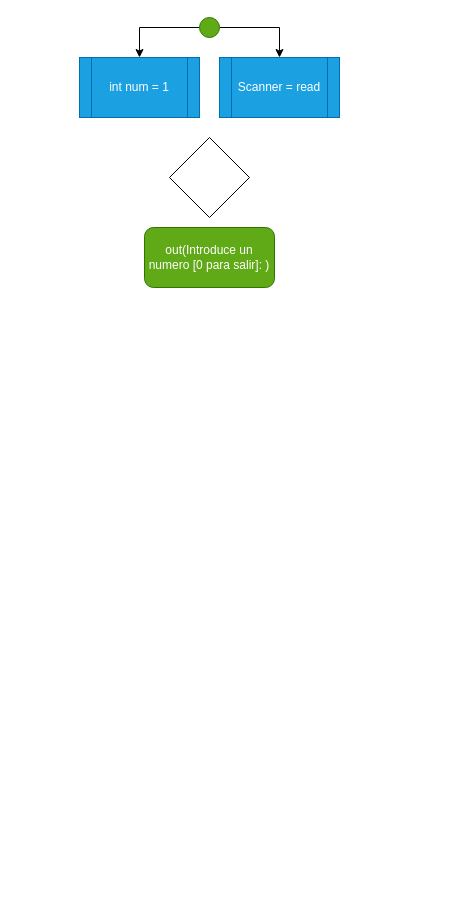
Earlier version of the draw.io diagram page "Ejercicio 4" (4 of 4) of diagramas/Diagramas.drawio (antonionavarro04/Tema3While). Source tidied: cells renumbered, new cells numbered last; positions are measured from the earlier drawing's top-left corner, leaving out a move shared by most shapes. Both pictures are drawn from the tidied source at 100%, with x=0, y=0 at pixel (79, 17).
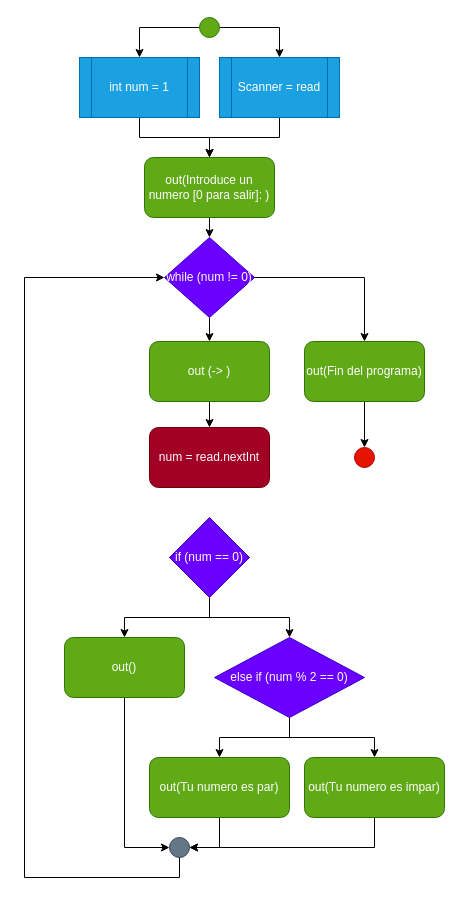
After the change.

The change refers to these unchanged cells:
```xml
<mxCell id="2" value="Scanner = read" style="shape=process;whiteSpace=wrap;html=1;backgroundOutline=1;fillColor=#1ba1e2;fontColor=#ffffff;strokeColor=#006EAF;" parent="1" vertex="1">
  <mxGeometry x="140" y="40" width="120" height="60" as="geometry" />
</mxCell>
<mxCell id="6" value="int num = 1" style="shape=process;whiteSpace=wrap;html=1;backgroundOutline=1;fillColor=#1ba1e2;fontColor=#ffffff;strokeColor=#006EAF;" parent="1" vertex="1">
  <mxGeometry y="40" width="120" height="60" as="geometry" />
</mxCell>
```

Diff of the diagram source:
```diff
@@
+    <mxCell id="9" style="edgeStyle=orthogonalEdgeStyle;rounded=0;jettySize=auto;html=1;exitX=0.5;exitY=1;exitDx=0;exitDy=0;entryX=0.5;entryY=0;entryDx=0;entryDy=0;" parent="1" edge="1" source="2" target="7">
+      <mxGeometry relative="1" as="geometry" />
+    </mxCell>
@@
+    <mxCell id="10" style="edgeStyle=orthogonalEdgeStyle;rounded=0;jettySize=auto;html=1;exitX=0.5;exitY=1;exitDx=0;exitDy=0;entryX=0.5;entryY=0;entryDx=0;entryDy=0;" parent="1" edge="1" source="6" target="7">
+      <mxGeometry relative="1" as="geometry" />
+    </mxCell>
@@
+    <mxCell id="11" style="edgeStyle=orthogonalEdgeStyle;rounded=0;jettySize=auto;html=1;exitX=0.5;exitY=1;exitDx=0;exitDy=0;entryX=0.5;entryY=0;entryDx=0;entryDy=0;" parent="1" edge="1" source="7" target="8">
+      <mxGeometry relative="1" as="geometry" />
+    </mxCell>
     <mxCell id="7" value="out(Introduce un numero [0 para salir]: )" style="rounded=1;whiteSpace=wrap;html=1;fillColor=#60a917;fontColor=#ffffff;strokeColor=#2D7600;" parent="1" vertex="1">
-      <mxGeometry x="65" y="210" width="130" height="60" as="geometry" />
+      <mxGeometry x="65" y="140" width="130" height="60" as="geometry" />
     </mxCell>
+    <mxCell id="12" style="edgeStyle=orthogonalEdgeStyle;rounded=0;jettySize=auto;html=1;exitX=0.5;exitY=1;exitDx=0;exitDy=0;entryX=0.5;entryY=0;entryDx=0;entryDy=0;" parent="1" edge="1" source="8" target="15">
+      <mxGeometry relative="1" as="geometry" />
+    </mxCell>
+    <mxCell id="13" style="edgeStyle=orthogonalEdgeStyle;rounded=0;jettySize=auto;html=1;exitX=1;exitY=0.5;exitDx=0;exitDy=0;entryX=0.5;entryY=0;entryDx=0;entryDy=0;" parent="1" edge="1" source="8" target="32">
+      <mxGeometry relative="1" as="geometry" />
+    </mxCell>
-    <mxCell id="8" style="rhombus;whiteSpace=wrap;html=1;" parent="1" vertex="1">
-      <mxGeometry x="90" y="120" width="80" height="80" as="geometry" />
+    <mxCell id="8" value="while (num != 0)" style="rhombus;whiteSpace=wrap;html=1;fillColor=#6a00ff;fontColor=#ffffff;strokeColor=#3700CC;" parent="1" vertex="1">
+      <mxGeometry x="85" y="220" width="90" height="80" as="geometry" />
     </mxCell>
+    <mxCell id="14" style="edgeStyle=orthogonalEdgeStyle;rounded=0;jettySize=auto;html=1;exitX=0.5;exitY=1;exitDx=0;exitDy=0;entryX=0.5;entryY=0;entryDx=0;entryDy=0;" parent="1" edge="1" source="15" target="16">
+      <mxGeometry relative="1" as="geometry" />
+    </mxCell>
+    <mxCell id="15" value="out (-&amp;gt; )" style="rounded=1;whiteSpace=wrap;html=1;fillColor=#60a917;fontColor=#ffffff;strokeColor=#2D7600;" parent="1" vertex="1">
+      <mxGeometry x="70" y="324" width="120" height="60" as="geometry" />
+    </mxCell>
+    <mxCell id="16" value="num = read.nextInt" style="rounded=1;whiteSpace=wrap;html=1;fillColor=#a20025;fontColor=#ffffff;strokeColor=#6F0000;" parent="1" vertex="1">
+      <mxGeometry x="70" y="410" width="120" height="60" as="geometry" />
+    </mxCell>
+    <mxCell id="17" style="edgeStyle=orthogonalEdgeStyle;rounded=0;jettySize=auto;html=1;exitX=0.5;exitY=1;exitDx=0;exitDy=0;entryX=0.5;entryY=0;entryDx=0;entryDy=0;" parent="1" edge="1" source="19" target="21">
+      <mxGeometry relative="1" as="geometry" />
+    </mxCell>
+    <mxCell id="18" style="edgeStyle=orthogonalEdgeStyle;rounded=0;jettySize=auto;html=1;exitX=0.5;exitY=1;exitDx=0;exitDy=0;entryX=0.5;entryY=0;entryDx=0;entryDy=0;" parent="1" edge="1" source="19" target="24">
+      <mxGeometry relative="1" as="geometry" />
+    </mxCell>
+    <mxCell id="19" value="if (num == 0)" style="rhombus;whiteSpace=wrap;html=1;fillColor=#6a00ff;fontColor=#ffffff;strokeColor=#3700CC;" parent="1" vertex="1">
+      <mxGeometry x="90" y="500" width="80" height="80" as="geometry" />
+    </mxCell>
+    <mxCell id="20" style="edgeStyle=orthogonalEdgeStyle;rounded=0;jettySize=auto;html=1;exitX=0.5;exitY=1;exitDx=0;exitDy=0;entryX=0;entryY=0.5;entryDx=0;entryDy=0;" parent="1" edge="1" source="21" target="30">
+      <mxGeometry relative="1" as="geometry" />
+    </mxCell>
+    <mxCell id="21" value="out()" style="rounded=1;whiteSpace=wrap;html=1;fillColor=#60a917;fontColor=#ffffff;strokeColor=#2D7600;" parent="1" vertex="1">
+      <mxGeometry x="-15" y="620" width="120" height="60" as="geometry" />
+    </mxCell>
+    <mxCell id="22" style="edgeStyle=orthogonalEdgeStyle;rounded=0;jettySize=auto;html=1;exitX=0.5;exitY=1;exitDx=0;exitDy=0;entryX=0.5;entryY=0;entryDx=0;entryDy=0;" parent="1" edge="1" source="24" target="26">
+      <mxGeometry relative="1" as="geometry" />
+    </mxCell>
+    <mxCell id="23" style="edgeStyle=orthogonalEdgeStyle;rounded=0;jettySize=auto;html=1;exitX=0.5;exitY=1;exitDx=0;exitDy=0;entryX=0.5;entryY=0;entryDx=0;entryDy=0;" parent="1" edge="1" source="24" target="28">
+      <mxGeometry relative="1" as="geometry" />
+    </mxCell>
+    <mxCell id="24" value="else if (num % 2 == 0)" style="rhombus;whiteSpace=wrap;html=1;fillColor=#6a00ff;fontColor=#ffffff;strokeColor=#3700CC;" parent="1" vertex="1">
+      <mxGeometry x="135" y="620" width="150" height="80" as="geometry" />
+    </mxCell>
+    <mxCell id="25" style="edgeStyle=orthogonalEdgeStyle;rounded=0;jettySize=auto;html=1;exitX=0.5;exitY=1;exitDx=0;exitDy=0;entryX=1;entryY=0.5;entryDx=0;entryDy=0;" parent="1" edge="1" source="26" target="30">
+      <mxGeometry relative="1" as="geometry" />
+    </mxCell>
+    <mxCell id="26" value="out(Tu numero es par)" style="rounded=1;whiteSpace=wrap;html=1;fillColor=#60a917;fontColor=#ffffff;strokeColor=#2D7600;" parent="1" vertex="1">
+      <mxGeometry x="70" y="740" width="140" height="60" as="geometry" />
+    </mxCell>
+    <mxCell id="27" style="edgeStyle=orthogonalEdgeStyle;rounded=0;jettySize=auto;html=1;exitX=0.5;exitY=1;exitDx=0;exitDy=0;entryX=1;entryY=0.5;entryDx=0;entryDy=0;" parent="1" edge="1" source="28" target="30">
+      <mxGeometry relative="1" as="geometry" />
+    </mxCell>
+    <mxCell id="28" value="out(Tu numero es impar)" style="rounded=1;whiteSpace=wrap;html=1;fillColor=#60a917;fontColor=#ffffff;strokeColor=#2D7600;" parent="1" vertex="1">
+      <mxGeometry x="225" y="740" width="140" height="60" as="geometry" />
+    </mxCell>
+    <mxCell id="29" style="edgeStyle=orthogonalEdgeStyle;rounded=0;jettySize=auto;html=1;exitX=0.5;exitY=1;exitDx=0;exitDy=0;entryX=0;entryY=0.5;entryDx=0;entryDy=0;" parent="1" edge="1" source="30" target="8">
+      <mxGeometry relative="1" as="geometry">
+        <Array as="points">
+          <mxPoint x="100" y="860" />
+          <mxPoint x="-55" y="860" />
+          <mxPoint x="-55" y="260" />
+        </Array>
+      </mxGeometry>
+    </mxCell>
+    <mxCell id="30" style="ellipse;whiteSpace=wrap;html=1;fillColor=#647687;fontColor=#ffffff;strokeColor=#314354;" parent="1" vertex="1">
+      <mxGeometry x="90" y="820" width="20" height="20" as="geometry" />
+    </mxCell>
+    <mxCell id="31" style="edgeStyle=orthogonalEdgeStyle;rounded=0;jettySize=auto;html=1;exitX=0.5;exitY=1;exitDx=0;exitDy=0;entryX=0.5;entryY=0;entryDx=0;entryDy=0;" parent="1" edge="1" source="32" target="33">
+      <mxGeometry relative="1" as="geometry" />
+    </mxCell>
+    <mxCell id="32" value="out(Fin del programa)" style="rounded=1;whiteSpace=wrap;html=1;fillColor=#60a917;fontColor=#ffffff;strokeColor=#2D7600;" parent="1" vertex="1">
+      <mxGeometry x="225" y="324" width="120" height="60" as="geometry" />
+    </mxCell>
+    <mxCell id="33" style="ellipse;whiteSpace=wrap;html=1;fillColor=#e51400;fontColor=#ffffff;strokeColor=#B20000;" parent="1" vertex="1">
+      <mxGeometry x="275" y="430" width="20" height="20" as="geometry" />
+    </mxCell>
```
